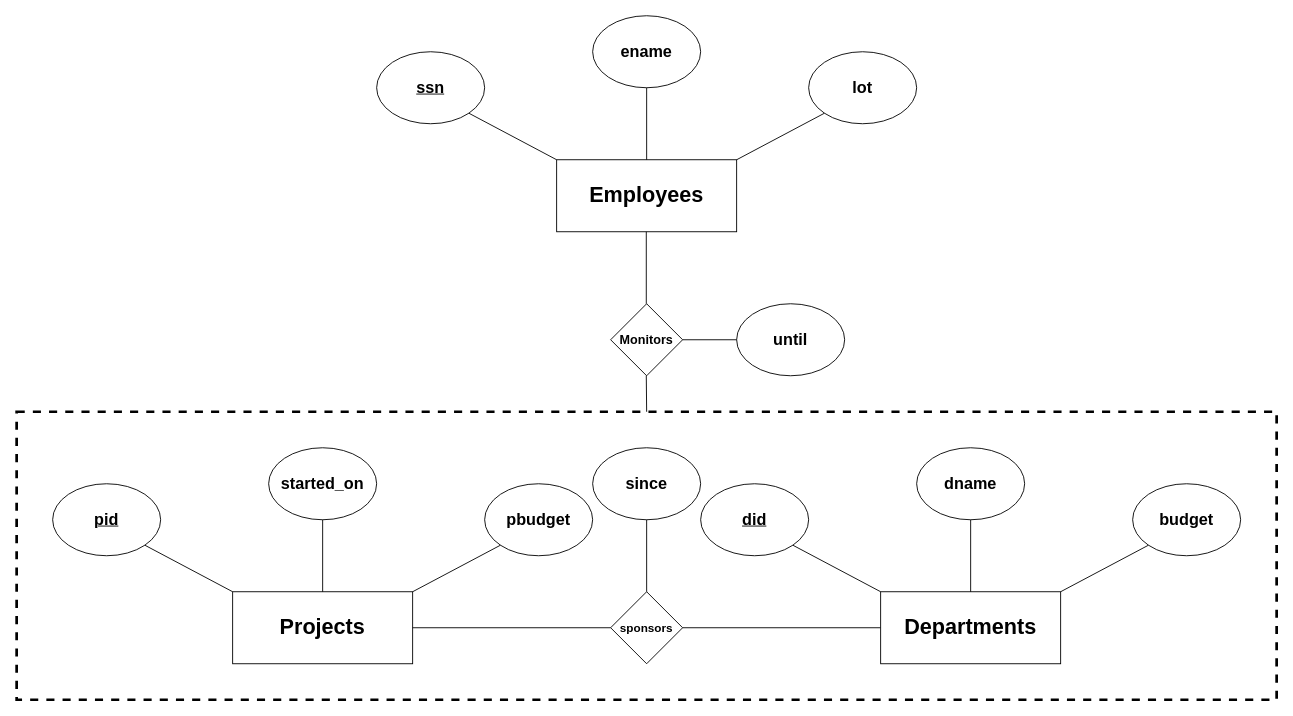
The draw.io diagram Appunti/Relational Model/Generic_Diagram.drawio in TianShi14/Basi-Di-Dati, before the edit. Source tidied: cells renumbered, new cells numbered last; positions are measured from the earlier drawing's top-left corner, leaving out a move shared by most shapes. Both pictures are drawn from the tidied source at 90%, with x=0, y=0 at pixel (16, 15).
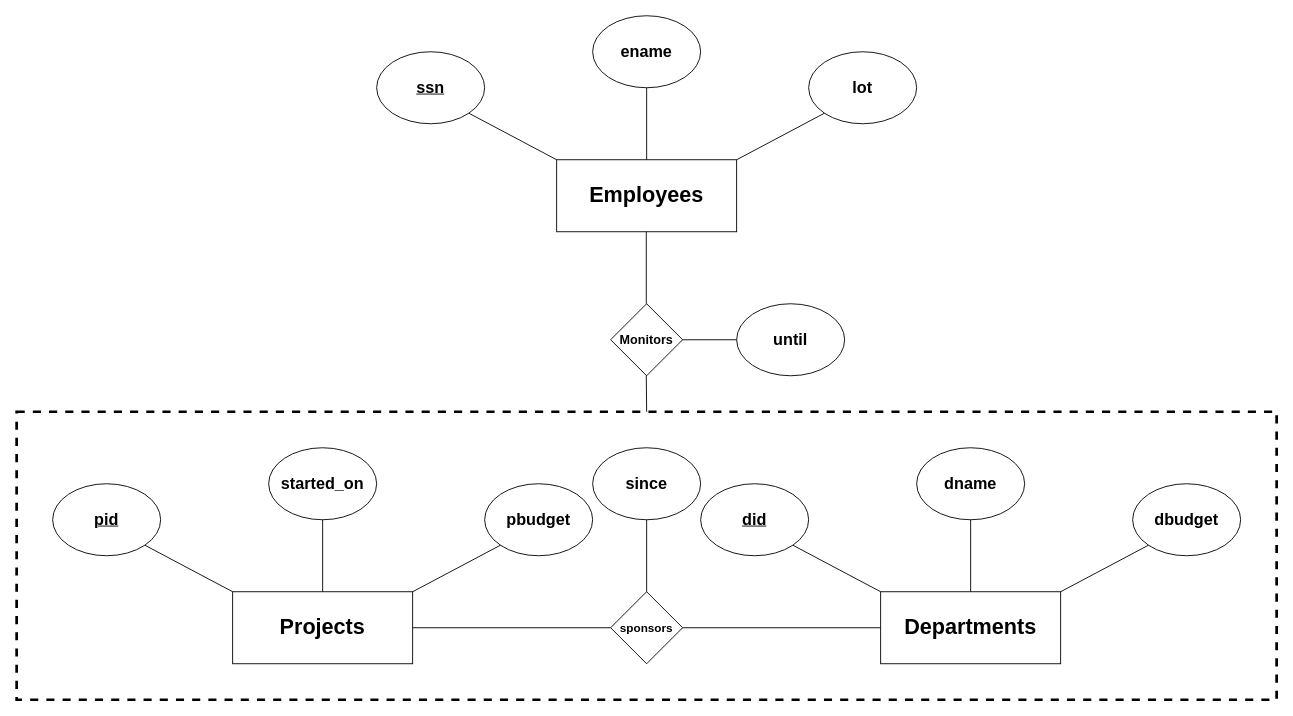
The same page after the edit.

Diff of the diagram source:
```diff
@@
-    <mxCell id="28" value="&lt;b&gt;&lt;font style=&quot;font-size: 18px;&quot;&gt;budget&lt;/font&gt;&lt;/b&gt;" style="ellipse;whiteSpace=wrap;html=1;" parent="1" vertex="1">
+    <mxCell id="28" value="&lt;b&gt;&lt;font style=&quot;font-size: 18px;&quot;&gt;dbudget&lt;/font&gt;&lt;/b&gt;" style="ellipse;whiteSpace=wrap;html=1;" parent="1" vertex="1">
       <mxGeometry x="1240" y="520" width="120" height="80" as="geometry" />
     </mxCell>
```
